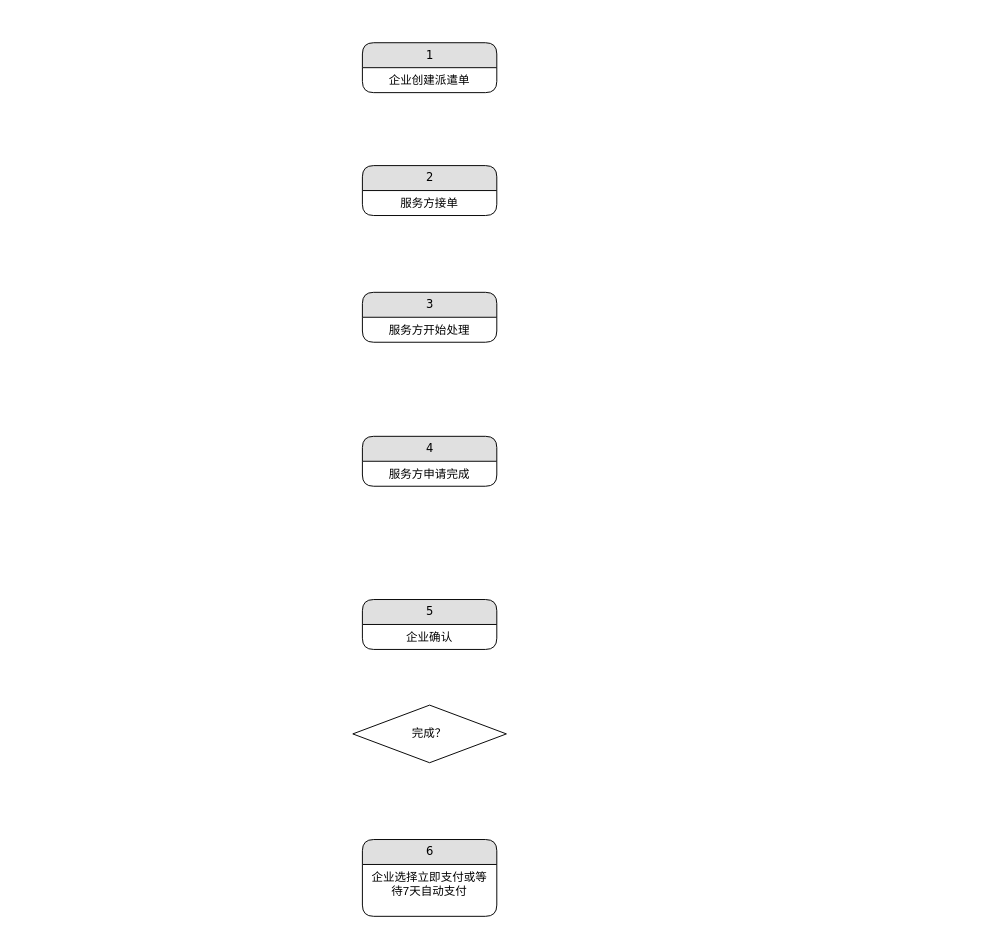
This is draw.io/order_list_menu.drawio from Kevin-Huang-NZ/notes, a draw.io file, before an edit. Source tidied: cells renumbered, new cells numbered last; positions are measured from the earlier drawing's top-left corner, leaving out a move shared by most shapes. Both pictures are drawn from the tidied source at 96%, with x=0, y=0 at pixel (352, 42).
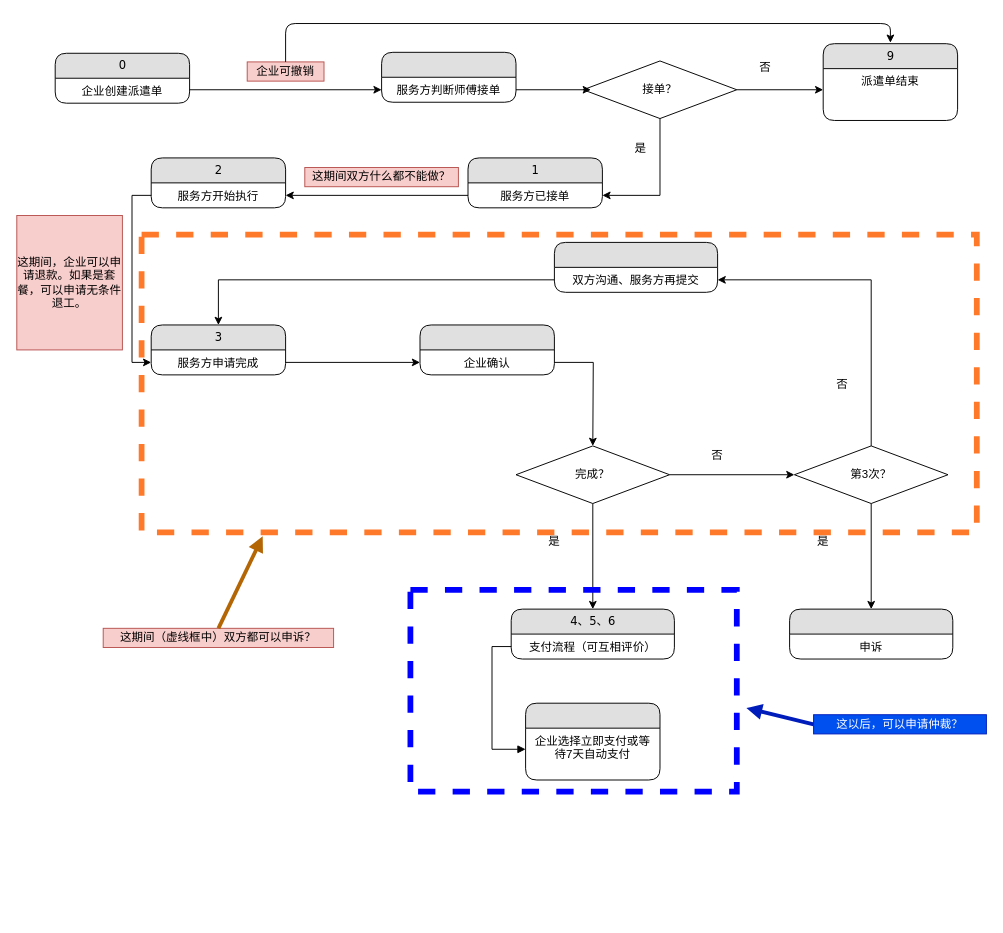
The same page after the edit.

The change refers to these unchanged cells:
```xml
<mxCell id="9" value="服务方申请完成" style="text;html=1;strokeColor=none;fillColor=none;spacingLeft=4;spacingRight=4;whiteSpace=wrap;overflow=hidden;points=[[0,0.5],[1,0.5]];portConstraint=eastwest;align=center;" parent="8" vertex="1">
  <mxGeometry y="26" width="140" height="26" as="geometry" />
</mxCell>
<mxCell id="11" value="企业确认" style="text;html=1;strokeColor=none;fillColor=none;spacingLeft=4;spacingRight=4;whiteSpace=wrap;overflow=hidden;points=[[0,0.5],[1,0.5]];portConstraint=eastwest;align=center;" parent="10" vertex="1">
  <mxGeometry y="26" width="140" height="26" as="geometry" />
</mxCell>
<mxCell id="14" value="企业选择立即支付或等待7天自动支付" style="text;html=1;strokeColor=none;fillColor=none;spacingLeft=4;spacingRight=4;whiteSpace=wrap;overflow=hidden;points=[[0,0.5],[1,0.5]];portConstraint=eastwest;align=center;" parent="13" vertex="1">
  <mxGeometry y="26" width="140" height="44" as="geometry" />
</mxCell>
```

What changed in the source:
```diff
@@
-    <mxCell id="2" value="1" style="swimlane;html=1;fontStyle=0;horizontal=1;startSize=26;fillColor=#e0e0e0;swimlaneFillColor=#ffffff;align=center;rounded=1;shadow=0;comic=0;labelBackgroundColor=none;strokeWidth=1;fontFamily=Verdana;fontSize=12;" parent="1" vertex="1">
-      <mxGeometry x="10" width="140" height="52" as="geometry" />
+    <mxCell id="2" value="0" style="swimlane;html=1;fontStyle=0;horizontal=1;startSize=26;fillColor=#e0e0e0;swimlaneFillColor=#ffffff;align=center;rounded=1;shadow=0;comic=0;labelBackgroundColor=none;strokeWidth=1;fontFamily=Verdana;fontSize=12;" parent="1" vertex="1">
+      <mxGeometry x="-310" y="11" width="140" height="52" as="geometry" />
     </mxCell>
     <mxCell id="3" value="企业创建派遣单" style="text;html=1;strokeColor=none;fillColor=none;spacingLeft=4;spacingRight=4;whiteSpace=wrap;overflow=hidden;points=[[0,0.5],[1,0.5]];portConstraint=eastwest;align=center;" parent="2" vertex="1">
-      <mxGeometry y="26" width="140" height="26" as="geometry" />
+      <mxGeometry y="26" width="140" height="24" as="geometry" />
     </mxCell>
-    <mxCell id="4" value="2" style="swimlane;html=1;fontStyle=0;horizontal=1;startSize=26;fillColor=#e0e0e0;swimlaneFillColor=#ffffff;align=center;rounded=1;shadow=0;comic=0;labelBackgroundColor=none;strokeWidth=1;fontFamily=Verdana;fontSize=12;" parent="1" vertex="1">
-      <mxGeometry x="10" y="128" width="140" height="52" as="geometry" />
+    <mxCell id="4" style="swimlane;html=1;fontStyle=0;horizontal=1;startSize=26;fillColor=#e0e0e0;swimlaneFillColor=#ffffff;align=center;rounded=1;shadow=0;comic=0;labelBackgroundColor=none;strokeWidth=1;fontFamily=Verdana;fontSize=12;" parent="1" vertex="1">
+      <mxGeometry x="30" y="10" width="140" height="52" as="geometry" />
     </mxCell>
-    <mxCell id="5" value="服务方接单" style="text;html=1;strokeColor=none;fillColor=none;spacingLeft=4;spacingRight=4;whiteSpace=wrap;overflow=hidden;points=[[0,0.5],[1,0.5]];portConstraint=eastwest;align=center;" parent="4" vertex="1">
+    <mxCell id="5" value="服务方判断师傅接单" style="text;html=1;strokeColor=none;fillColor=none;spacingLeft=4;spacingRight=4;whiteSpace=wrap;overflow=hidden;points=[[0,0.5],[1,0.5]];portConstraint=eastwest;align=center;" parent="4" vertex="1">
       <mxGeometry y="26" width="140" height="26" as="geometry" />
     </mxCell>
-    <mxCell id="6" value="3" style="swimlane;html=1;fontStyle=0;horizontal=1;startSize=26;fillColor=#e0e0e0;swimlaneFillColor=#ffffff;align=center;rounded=1;shadow=0;comic=0;labelBackgroundColor=none;strokeWidth=1;fontFamily=Verdana;fontSize=12;" parent="1" vertex="1">
-      <mxGeometry x="10" y="260" width="140" height="52" as="geometry" />
+    <mxCell id="6" value="1" style="swimlane;html=1;fontStyle=0;horizontal=1;startSize=26;fillColor=#e0e0e0;swimlaneFillColor=#ffffff;align=center;rounded=1;shadow=0;comic=0;labelBackgroundColor=none;strokeWidth=1;fontFamily=Verdana;fontSize=12;" parent="1" vertex="1">
+      <mxGeometry x="120" y="120" width="140" height="52" as="geometry" />
     </mxCell>
-    <mxCell id="7" value="服务方开始处理" style="text;html=1;strokeColor=none;fillColor=none;spacingLeft=4;spacingRight=4;whiteSpace=wrap;overflow=hidden;points=[[0,0.5],[1,0.5]];portConstraint=eastwest;align=center;" parent="6" vertex="1">
+    <mxCell id="7" value="&lt;div style=&quot;text-align: left&quot;&gt;&lt;span&gt;服务方已接单&lt;/span&gt;&lt;/div&gt;" style="text;html=1;strokeColor=none;fillColor=none;spacingLeft=4;spacingRight=4;whiteSpace=wrap;overflow=hidden;points=[[0,0.5],[1,0.5]];portConstraint=eastwest;align=center;" parent="6" vertex="1">
       <mxGeometry y="26" width="140" height="26" as="geometry" />
     </mxCell>
-    <mxCell id="8" value="4" style="swimlane;html=1;fontStyle=0;horizontal=1;startSize=26;fillColor=#e0e0e0;swimlaneFillColor=#ffffff;align=center;rounded=1;shadow=0;comic=0;labelBackgroundColor=none;strokeWidth=1;fontFamily=Verdana;fontSize=12;" parent="1" vertex="1">
-      <mxGeometry x="10" y="410" width="140" height="52" as="geometry" />
+    <mxCell id="8" value="3" style="swimlane;html=1;fontStyle=0;horizontal=1;startSize=26;fillColor=#e0e0e0;swimlaneFillColor=#ffffff;align=center;rounded=1;shadow=0;comic=0;labelBackgroundColor=none;strokeWidth=1;fontFamily=Verdana;fontSize=12;" parent="1" vertex="1">
+      <mxGeometry x="-210" y="294" width="140" height="52" as="geometry" />
     </mxCell>
@@
-    <mxCell id="10" value="5" style="swimlane;html=1;fontStyle=0;horizontal=1;startSize=26;fillColor=#e0e0e0;swimlaneFillColor=#ffffff;align=center;rounded=1;shadow=0;comic=0;labelBackgroundColor=none;strokeWidth=1;fontFamily=Verdana;fontSize=12;" parent="1" vertex="1">
-      <mxGeometry x="10" y="580" width="140" height="52" as="geometry" />
+    <mxCell id="10" style="swimlane;html=1;fontStyle=0;horizontal=1;startSize=26;fillColor=#e0e0e0;swimlaneFillColor=#ffffff;align=center;rounded=1;shadow=0;comic=0;labelBackgroundColor=none;strokeWidth=1;fontFamily=Verdana;fontSize=12;" parent="1" vertex="1">
+      <mxGeometry x="70" y="294" width="140" height="52" as="geometry" />
     </mxCell>
@@
+    <mxCell id="15" style="edgeStyle=orthogonalEdgeStyle;rounded=0;jettySize=auto;html=1;entryX=0;entryY=0.5;entryDx=0;entryDy=0;" parent="1" edge="1" source="12" target="36">
+      <mxGeometry relative="1" as="geometry" />
+    </mxCell>
+    <mxCell id="16" style="edgeStyle=orthogonalEdgeStyle;rounded=0;jettySize=auto;html=1;" parent="1" edge="1" source="12" target="48">
+      <mxGeometry relative="1" as="geometry" />
+    </mxCell>
     <mxCell id="12" value="完成？" style="rhombus;whiteSpace=wrap;html=1;" parent="1" vertex="1">
-      <mxGeometry y="690" width="160" height="60" as="geometry" />
+      <mxGeometry x="170" y="420" width="160" height="60" as="geometry" />
     </mxCell>
-    <mxCell id="13" value="6" style="swimlane;html=1;fontStyle=0;horizontal=1;startSize=26;fillColor=#e0e0e0;swimlaneFillColor=#ffffff;align=center;rounded=1;shadow=0;comic=0;labelBackgroundColor=none;strokeWidth=1;fontFamily=Verdana;fontSize=12;" parent="1" vertex="1">
-      <mxGeometry x="10" y="830" width="140" height="80" as="geometry" />
+    <mxCell id="13" style="swimlane;html=1;fontStyle=0;horizontal=1;startSize=26;fillColor=#e0e0e0;swimlaneFillColor=#ffffff;align=center;rounded=1;shadow=0;comic=0;labelBackgroundColor=none;strokeWidth=1;fontFamily=Verdana;fontSize=12;" parent="1" vertex="1">
+      <mxGeometry x="180" y="688" width="140" height="80" as="geometry" />
     </mxCell>
@@
+    <mxCell id="17" style="edgeStyle=orthogonalEdgeStyle;rounded=0;jettySize=auto;html=1;" parent="1" edge="1" source="3" target="5">
+      <mxGeometry relative="1" as="geometry" />
+    </mxCell>
+    <mxCell id="18" value="企业可撤销" style="text;html=1;strokeColor=#b85450;fillColor=#f8cecc;align=center;verticalAlign=middle;whiteSpace=wrap;rounded=0;" parent="1" vertex="1">
+      <mxGeometry x="-110" y="20" width="80" height="20" as="geometry" />
+    </mxCell>
+    <mxCell id="19" style="edgeStyle=orthogonalEdgeStyle;rounded=0;jettySize=auto;html=1;" parent="1" edge="1" source="21" target="23">
+      <mxGeometry relative="1" as="geometry" />
+    </mxCell>
+    <mxCell id="20" style="edgeStyle=orthogonalEdgeStyle;rounded=0;jettySize=auto;html=1;entryX=1;entryY=0.5;entryDx=0;entryDy=0;" parent="1" edge="1" source="21" target="7">
+      <mxGeometry relative="1" as="geometry" />
+    </mxCell>
+    <mxCell id="21" value="接单？" style="rhombus;whiteSpace=wrap;html=1;" parent="1" vertex="1">
+      <mxGeometry x="240" y="19" width="160" height="60" as="geometry" />
+    </mxCell>
+    <mxCell id="22" value="9" style="swimlane;html=1;fontStyle=0;horizontal=1;startSize=26;fillColor=#e0e0e0;swimlaneFillColor=#ffffff;align=center;rounded=1;shadow=0;comic=0;labelBackgroundColor=none;strokeWidth=1;fontFamily=Verdana;fontSize=12;" parent="1" vertex="1">
+      <mxGeometry x="490" y="1" width="140" height="80" as="geometry" />
+    </mxCell>
+    <mxCell id="23" value="派遣单结束" style="text;html=1;strokeColor=none;fillColor=none;spacingLeft=4;spacingRight=4;whiteSpace=wrap;overflow=hidden;points=[[0,0.5],[1,0.5]];portConstraint=eastwest;align=center;" parent="22" vertex="1">
+      <mxGeometry y="26" width="140" height="44" as="geometry" />
+    </mxCell>
+    <mxCell id="24" style="edgeStyle=orthogonalEdgeStyle;rounded=0;jettySize=auto;html=1;entryX=0.05;entryY=0.5;entryDx=0;entryDy=0;entryPerimeter=0;" parent="1" edge="1" source="5" target="21">
+      <mxGeometry relative="1" as="geometry" />
+    </mxCell>
+    <mxCell id="25" value="否" style="text;html=1;strokeColor=none;fillColor=none;align=center;verticalAlign=middle;whiteSpace=wrap;rounded=0;" parent="1" vertex="1">
+      <mxGeometry x="410" y="16" width="40" height="20" as="geometry" />
+    </mxCell>
+    <mxCell id="26" style="endArrow=classic;html=1;exitX=0.5;exitY=0;exitDx=0;exitDy=0;" parent="1" edge="1" source="18">
+      <mxGeometry relative="1" as="geometry">
+        <mxPoint x="560" as="targetPoint" />
+        <Array as="points">
+          <mxPoint x="-70" y="-20" />
+          <mxPoint x="560" y="-20" />
+        </Array>
+      </mxGeometry>
+    </mxCell>
+    <mxCell id="27" value="是" style="text;html=1;strokeColor=none;fillColor=none;align=center;verticalAlign=middle;whiteSpace=wrap;rounded=0;" parent="1" vertex="1">
+      <mxGeometry x="280" y="100" width="40" height="20" as="geometry" />
+    </mxCell>
+    <mxCell id="28" value="2" style="swimlane;html=1;fontStyle=0;horizontal=1;startSize=26;fillColor=#e0e0e0;swimlaneFillColor=#ffffff;align=center;rounded=1;shadow=0;comic=0;labelBackgroundColor=none;strokeWidth=1;fontFamily=Verdana;fontSize=12;" parent="1" vertex="1">
+      <mxGeometry x="-210" y="120" width="140" height="52" as="geometry" />
+    </mxCell>
+    <mxCell id="29" value="&lt;div style=&quot;text-align: left&quot;&gt;&lt;span&gt;服务方开始执行&lt;/span&gt;&lt;/div&gt;" style="text;html=1;strokeColor=none;fillColor=none;spacingLeft=4;spacingRight=4;whiteSpace=wrap;overflow=hidden;points=[[0,0.5],[1,0.5]];portConstraint=eastwest;align=center;" parent="28" vertex="1">
+      <mxGeometry y="26" width="140" height="26" as="geometry" />
+    </mxCell>
+    <mxCell id="30" style="edgeStyle=orthogonalEdgeStyle;rounded=0;jettySize=auto;html=1;" parent="1" edge="1" source="7" target="29">
+      <mxGeometry relative="1" as="geometry" />
+    </mxCell>
+    <mxCell id="31" value="这期间双方什么都不能做？" style="text;html=1;strokeColor=#b85450;fillColor=#f8cecc;align=center;verticalAlign=middle;whiteSpace=wrap;rounded=0;" parent="1" vertex="1">
+      <mxGeometry x="-50" y="130" width="160" height="20" as="geometry" />
+    </mxCell>
+    <mxCell id="32" style="edgeStyle=orthogonalEdgeStyle;rounded=0;jettySize=auto;html=1;entryX=0;entryY=0.5;entryDx=0;entryDy=0;" parent="1" edge="1" source="29" target="9">
+      <mxGeometry relative="1" as="geometry" />
+    </mxCell>
+    <mxCell id="33" style="edgeStyle=orthogonalEdgeStyle;rounded=0;jettySize=auto;html=1;entryX=0;entryY=0.5;entryDx=0;entryDy=0;" parent="1" edge="1" source="9" target="11">
+      <mxGeometry relative="1" as="geometry" />
+    </mxCell>
+    <mxCell id="34" style="edgeStyle=orthogonalEdgeStyle;rounded=0;jettySize=auto;html=1;" parent="1" edge="1" source="36" target="39">
+      <mxGeometry relative="1" as="geometry" />
+    </mxCell>
+    <mxCell id="35" style="edgeStyle=orthogonalEdgeStyle;rounded=0;jettySize=auto;html=1;" parent="1" edge="1" source="36" target="45">
+      <mxGeometry relative="1" as="geometry" />
+    </mxCell>
+    <mxCell id="36" value="第3次？" style="rhombus;whiteSpace=wrap;html=1;" parent="1" vertex="1">
+      <mxGeometry x="460" y="420" width="160" height="60" as="geometry" />
+    </mxCell>
+    <mxCell id="37" style="edgeStyle=orthogonalEdgeStyle;rounded=0;jettySize=auto;html=1;entryX=0.5;entryY=0;entryDx=0;entryDy=0;exitX=0;exitY=0.5;exitDx=0;exitDy=0;" parent="1" edge="1" source="39" target="8">
+      <mxGeometry relative="1" as="geometry" />
+    </mxCell>
+    <mxCell id="38" style="swimlane;html=1;fontStyle=0;horizontal=1;startSize=26;fillColor=#e0e0e0;swimlaneFillColor=#ffffff;align=center;rounded=1;shadow=0;comic=0;labelBackgroundColor=none;strokeWidth=1;fontFamily=Verdana;fontSize=12;" parent="1" vertex="1">
+      <mxGeometry x="210" y="208" width="170" height="52" as="geometry" />
+    </mxCell>
+    <mxCell id="39" value="双方沟通、服务方再提交" style="text;html=1;strokeColor=none;fillColor=none;spacingLeft=4;spacingRight=4;whiteSpace=wrap;overflow=hidden;points=[[0,0.5],[1,0.5]];portConstraint=eastwest;align=center;" parent="38" vertex="1">
+      <mxGeometry y="26" width="170" height="26" as="geometry" />
+    </mxCell>
+    <mxCell id="40" style="edgeStyle=orthogonalEdgeStyle;rounded=0;jettySize=auto;html=1;" parent="1" edge="1" source="11">
+      <mxGeometry relative="1" as="geometry">
+        <mxPoint x="250" y="420" as="targetPoint" />
+      </mxGeometry>
+    </mxCell>
+    <mxCell id="41" value="否" style="text;html=1;strokeColor=none;fillColor=none;align=center;verticalAlign=middle;whiteSpace=wrap;rounded=0;" parent="1" vertex="1">
+      <mxGeometry x="360" y="420" width="40" height="20" as="geometry" />
+    </mxCell>
+    <mxCell id="42" value="否" style="text;html=1;strokeColor=none;fillColor=none;align=center;verticalAlign=middle;whiteSpace=wrap;rounded=0;" parent="1" vertex="1">
+      <mxGeometry x="490" y="346" width="40" height="20" as="geometry" />
+    </mxCell>
+    <mxCell id="43" value="是" style="text;html=1;strokeColor=none;fillColor=none;align=center;verticalAlign=middle;whiteSpace=wrap;rounded=0;" parent="1" vertex="1">
+      <mxGeometry x="190" y="510" width="40" height="20" as="geometry" />
+    </mxCell>
+    <mxCell id="44" value="是" style="text;html=1;strokeColor=none;fillColor=none;align=center;verticalAlign=middle;whiteSpace=wrap;rounded=0;" parent="1" vertex="1">
+      <mxGeometry x="470" y="510" width="40" height="20" as="geometry" />
+    </mxCell>
+    <mxCell id="45" style="swimlane;html=1;fontStyle=0;horizontal=1;startSize=26;fillColor=#e0e0e0;swimlaneFillColor=#ffffff;align=center;rounded=1;shadow=0;comic=0;labelBackgroundColor=none;strokeWidth=1;fontFamily=Verdana;fontSize=12;" parent="1" vertex="1">
+      <mxGeometry x="455" y="590" width="170" height="52" as="geometry" />
+    </mxCell>
+    <mxCell id="46" value="申诉" style="text;html=1;strokeColor=none;fillColor=none;spacingLeft=4;spacingRight=4;whiteSpace=wrap;overflow=hidden;align=center;" parent="45" vertex="1">
+      <mxGeometry y="26" width="170" height="26" as="geometry" />
+    </mxCell>
+    <mxCell id="47" value="这期间，企业可以申请退款。如果是套餐，可以申请无条件退工。" style="text;html=1;strokeColor=#b85450;fillColor=#f8cecc;align=center;verticalAlign=middle;whiteSpace=wrap;rounded=0;" parent="1" vertex="1">
+      <mxGeometry x="-350" y="180" width="110" height="140" as="geometry" />
+    </mxCell>
+    <mxCell id="48" value="4、5、6" style="swimlane;html=1;fontStyle=0;horizontal=1;startSize=26;fillColor=#e0e0e0;swimlaneFillColor=#ffffff;align=center;rounded=1;shadow=0;comic=0;labelBackgroundColor=none;strokeWidth=1;fontFamily=Verdana;fontSize=12;" parent="1" vertex="1">
+      <mxGeometry x="165" y="590" width="170" height="52" as="geometry" />
+    </mxCell>
+    <mxCell id="49" value="支付流程（可互相评价）" style="text;html=1;strokeColor=none;fillColor=none;spacingLeft=4;spacingRight=4;whiteSpace=wrap;overflow=hidden;points=[[0,0.5],[1,0.5]];portConstraint=eastwest;align=center;" parent="48" vertex="1">
+      <mxGeometry y="26" width="170" height="26" as="geometry" />
+    </mxCell>
+    <mxCell id="50" style="rounded=0;whiteSpace=wrap;html=1;fillColor=none;dashed=1;strokeColor=#FF792B;strokeWidth=6;" parent="1" vertex="1">
+      <mxGeometry x="-220" y="200" width="870" height="310" as="geometry" />
+    </mxCell>
+    <mxCell id="51" value="这期间（虚线框中）双方都可以申诉？" style="text;html=1;strokeColor=#b85450;fillColor=#f8cecc;align=center;verticalAlign=middle;whiteSpace=wrap;rounded=0;" parent="1" vertex="1">
+      <mxGeometry x="-260" y="610" width="240" height="20" as="geometry" />
+    </mxCell>
+    <mxCell id="52" style="endArrow=block;html=1;exitX=0.5;exitY=0;exitDx=0;exitDy=0;entryX=0.145;entryY=1.013;entryDx=0;entryDy=0;entryPerimeter=0;endFill=1;strokeWidth=4;fillColor=#fad7ac;strokeColor=#b46504;" parent="1" edge="1" source="51" target="50">
+      <mxGeometry relative="1" as="geometry" />
+    </mxCell>
+    <mxCell id="53" value="这以后，可以申请仲裁？" style="text;html=1;strokeColor=#001DBC;fillColor=#0050ef;align=center;verticalAlign=middle;whiteSpace=wrap;rounded=0;fontColor=#ffffff;" parent="1" vertex="1">
+      <mxGeometry x="480" y="700" width="180" height="20" as="geometry" />
+    </mxCell>
+    <mxCell id="54" style="endArrow=block;html=1;entryX=0.145;entryY=1.013;entryDx=0;entryDy=0;entryPerimeter=0;endFill=1;strokeWidth=4;fillColor=#0050ef;strokeColor=#001DBC;" parent="1" edge="1">
+      <mxGeometry relative="1" as="geometry">
+        <mxPoint x="480" y="710" as="sourcePoint" />
+        <mxPoint x="410" y="693" as="targetPoint" />
+      </mxGeometry>
+    </mxCell>
+    <mxCell id="55" style="edgeStyle=orthogonalEdgeStyle;rounded=0;jettySize=auto;html=1;entryX=0;entryY=0.5;entryDx=0;entryDy=0;endArrow=block;endFill=1;strokeWidth=1;" parent="1" edge="1" source="49" target="14">
+      <mxGeometry relative="1" as="geometry" />
+    </mxCell>
+    <mxCell id="56" style="rounded=0;whiteSpace=wrap;html=1;fillColor=none;dashed=1;strokeWidth=6;strokeColor=#0000FF;" parent="1" vertex="1">
+      <mxGeometry x="60" y="570" width="340" height="210" as="geometry" />
+    </mxCell>
```
